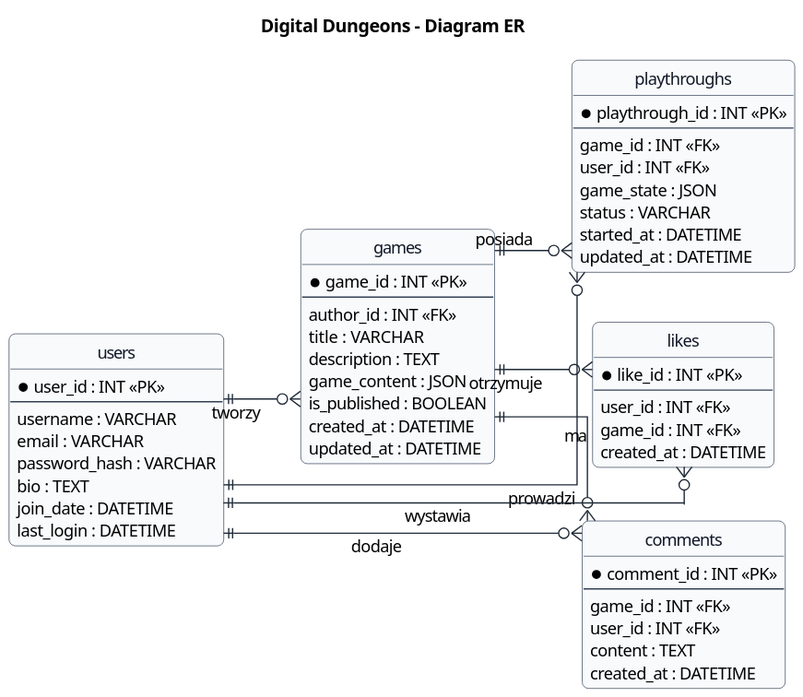
Above: Praca Licencjacka/diagramy-plantuml/erd.svg in NasiadkaMaciej/Digital-Dungeons (PlantUML), before the change. Its diagram source:
```plantuml
@startuml
!include style.iuml
title Digital Dungeons - Diagram ER
left to right direction

entity "users" as USERS {
  * user_id : INT <<PK>>
  --
  username : VARCHAR
  email : VARCHAR
  password_hash : VARCHAR
  bio : TEXT
  join_date : DATETIME
  last_login : DATETIME
}

entity "games" as GAMES {
  * game_id : INT <<PK>>
  --
  author_id : INT <<FK>>
  title : VARCHAR
  description : TEXT
  game_content : JSON
  is_published : BOOLEAN
  created_at : DATETIME
  updated_at : DATETIME
}

entity "playthroughs" as PLAYTHROUGHS {
  * playthrough_id : INT <<PK>>
  --
  game_id : INT <<FK>>
  user_id : INT <<FK>>
  game_state : JSON
  status : VARCHAR
  started_at : DATETIME
  updated_at : DATETIME
}

entity "likes" as LIKES {
  * like_id : INT <<PK>>
  --
  user_id : INT <<FK>>
  game_id : INT <<FK>>
  created_at : DATETIME
}

entity "comments" as COMMENTS {
  * comment_id : INT <<PK>>
  --
  game_id : INT <<FK>>
  user_id : INT <<FK>>
  content : TEXT
  created_at : DATETIME
}

USERS ||--o{ GAMES : tworzy
GAMES ||--o{ PLAYTHROUGHS : posiada
USERS ||--o{ PLAYTHROUGHS : prowadzi
GAMES ||--o{ COMMENTS : ma
USERS ||--o{ COMMENTS : dodaje
USERS ||--o{ LIKES : wystawia
GAMES ||--o{ LIKES : otrzymuje
@enduml
```
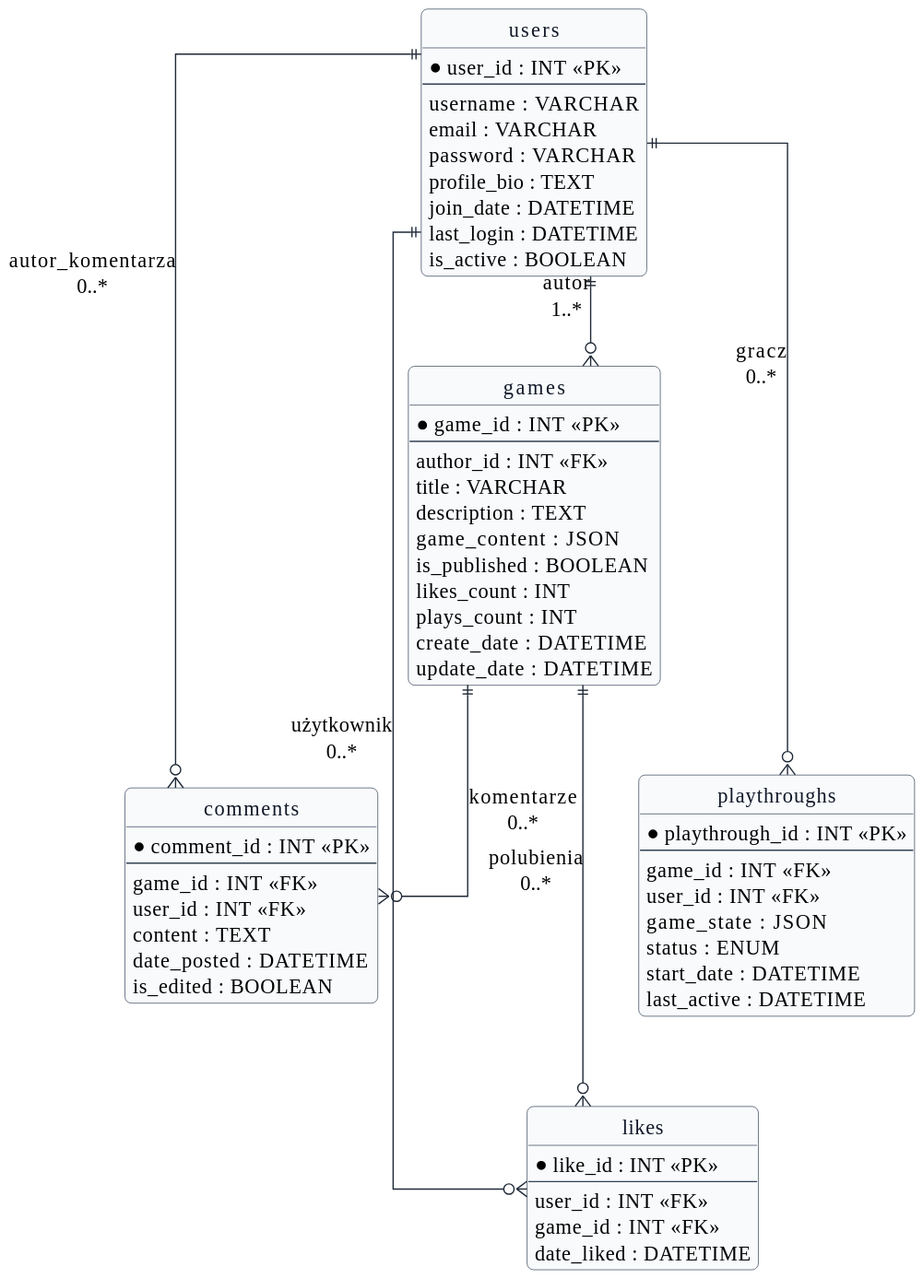
After the commit.

What changed in the source:
```diff
@@ -1,17 +1,25 @@
 @startuml
 !include style.iuml
-title Digital Dungeons - Diagram ER
-left to right direction
+hide footbox
+top to bottom direction
+skinparam linetype ortho
+skinparam shadowing false
+skinparam nodesep 40
+skinparam ranksep 70
+skinparam horizontalLabelDistance 120
+skinparam verticalLabelDistance 24
+skinparam entityPadding 22
 
 entity "users" as USERS {
   * user_id : INT <<PK>>
   --
   username : VARCHAR
   email : VARCHAR
-  password_hash : VARCHAR
-  bio : TEXT
+  password : VARCHAR
+  profile_bio : TEXT
   join_date : DATETIME
   last_login : DATETIME
+  is_active : BOOLEAN
 }
 
 entity "games" as GAMES {
@@ -22,8 +30,10 @@
   description : TEXT
   game_content : JSON
   is_published : BOOLEAN
-  created_at : DATETIME
-  updated_at : DATETIME
+  likes_count : INT
+  plays_count : INT
+  create_date : DATETIME
+  update_date : DATETIME
 }
 
 entity "playthroughs" as PLAYTHROUGHS {
@@ -32,9 +42,18 @@
   game_id : INT <<FK>>
   user_id : INT <<FK>>
   game_state : JSON
-  status : VARCHAR
-  started_at : DATETIME
-  updated_at : DATETIME
+  status : ENUM
+  start_date : DATETIME
+  last_active : DATETIME
+}
+entity "comments" as COMMENTS {
+  * comment_id : INT <<PK>>
+  --
+  game_id : INT <<FK>>
+  user_id : INT <<FK>>
+  content : TEXT
+  date_posted : DATETIME
+  is_edited : BOOLEAN
 }
 
 entity "likes" as LIKES {
@@ -42,23 +61,32 @@
   --
   user_id : INT <<FK>>
   game_id : INT <<FK>>
-  created_at : DATETIME
+  date_liked : DATETIME
 }
 
-entity "comments" as COMMENTS {
-  * comment_id : INT <<PK>>
-  --
-  game_id : INT <<FK>>
-  user_id : INT <<FK>>
-  content : TEXT
-  created_at : DATETIME
-}
 
-USERS ||--o{ GAMES : tworzy
-GAMES ||--o{ PLAYTHROUGHS : posiada
-USERS ||--o{ PLAYTHROUGHS : prowadzi
-GAMES ||--o{ COMMENTS : ma
-USERS ||--o{ COMMENTS : dodaje
-USERS ||--o{ LIKES : wystawia
-GAMES ||--o{ LIKES : otrzymuje
+
+USERS ||--o{ PLAYTHROUGHS : "gracz\n0..*"
+USERS ||--o{ GAMES : "autor\n1..*"
+GAMES ||--o{ COMMENTS : "komentarze\n0..*"
+USERS ||--o{ COMMENTS : "autor_komentarza\n0..*"
+USERS ||--o{ LIKES : "użytkownik\n0..*"
+GAMES ||--o{ LIKES : "polubienia\n0..*"
+
+USERS -[hidden]-> COMMENTS
+
+USERS -[hidden]-> GAMES
+COMMENTS -[hidden]-> GAMES
+
+PLAYTHROUGHS -[hidden]-> LIKES
+PLAYTHROUGHS -[hidden]-> GAMES
+LIKES -[hidden]-> GAMES
+
+USERS -[hidden]-> COMMENTS
+USERS -[hidden]-> COMMENTS
+COMMENTS -[hidden]-> GAMES
+USERS -[hidden]-> GAMES
+GAMES -[hidden]-> PLAYTHROUGHS
+GAMES -[hidden]-> LIKES
+PLAYTHROUGHS -[hidden]-> LIKES
 @enduml
```
